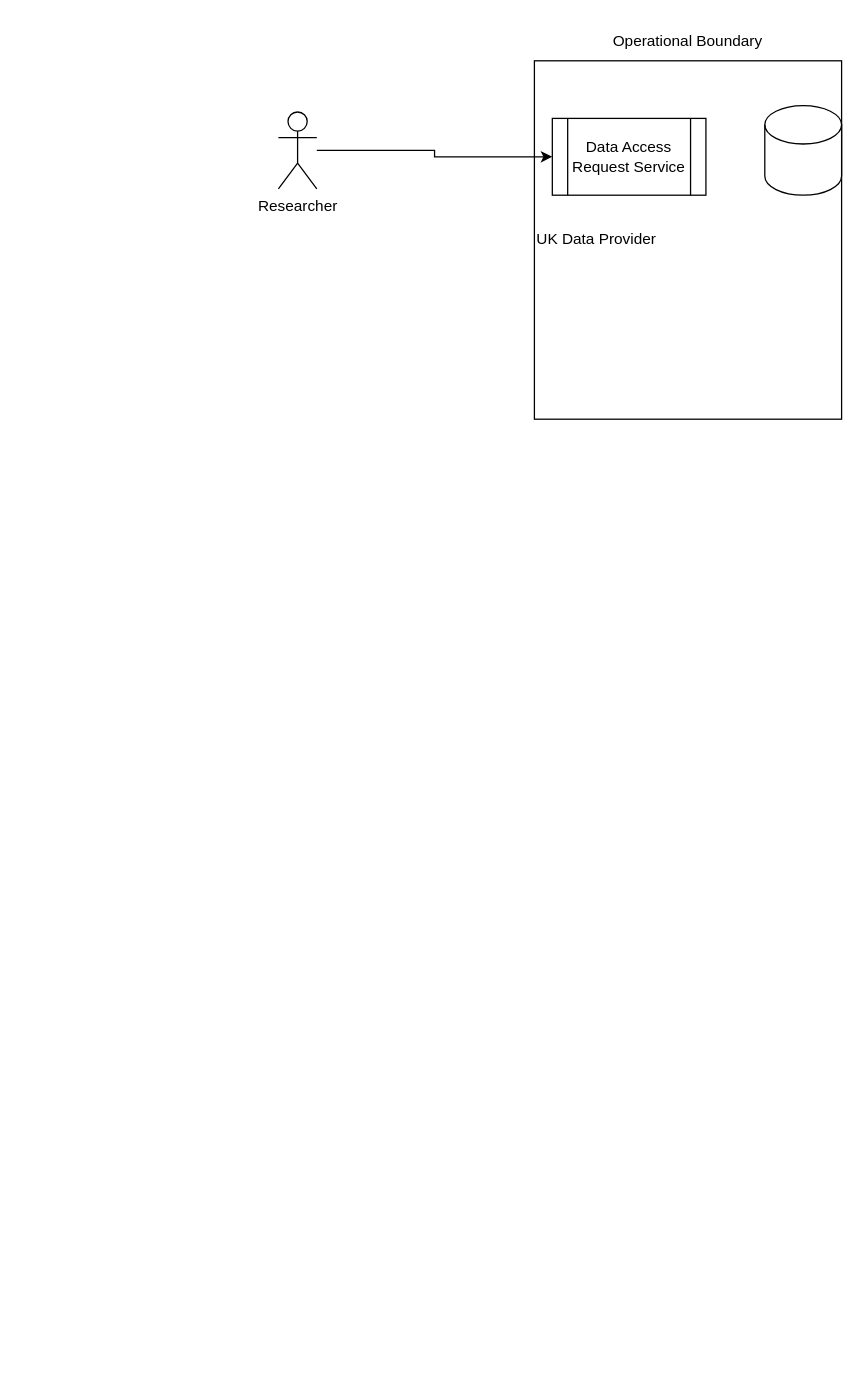
Above: diagrams/FedLearning.drawio in charlesgibbons/fedlearning (draw.io), before the change. Source tidied: cells renumbered, new cells numbered last; positions are measured from the earlier drawing's top-left corner, leaving out a move shared by most shapes. Both pictures are drawn from the tidied source at 128%, with x=0, y=0 at pixel (278, 22).
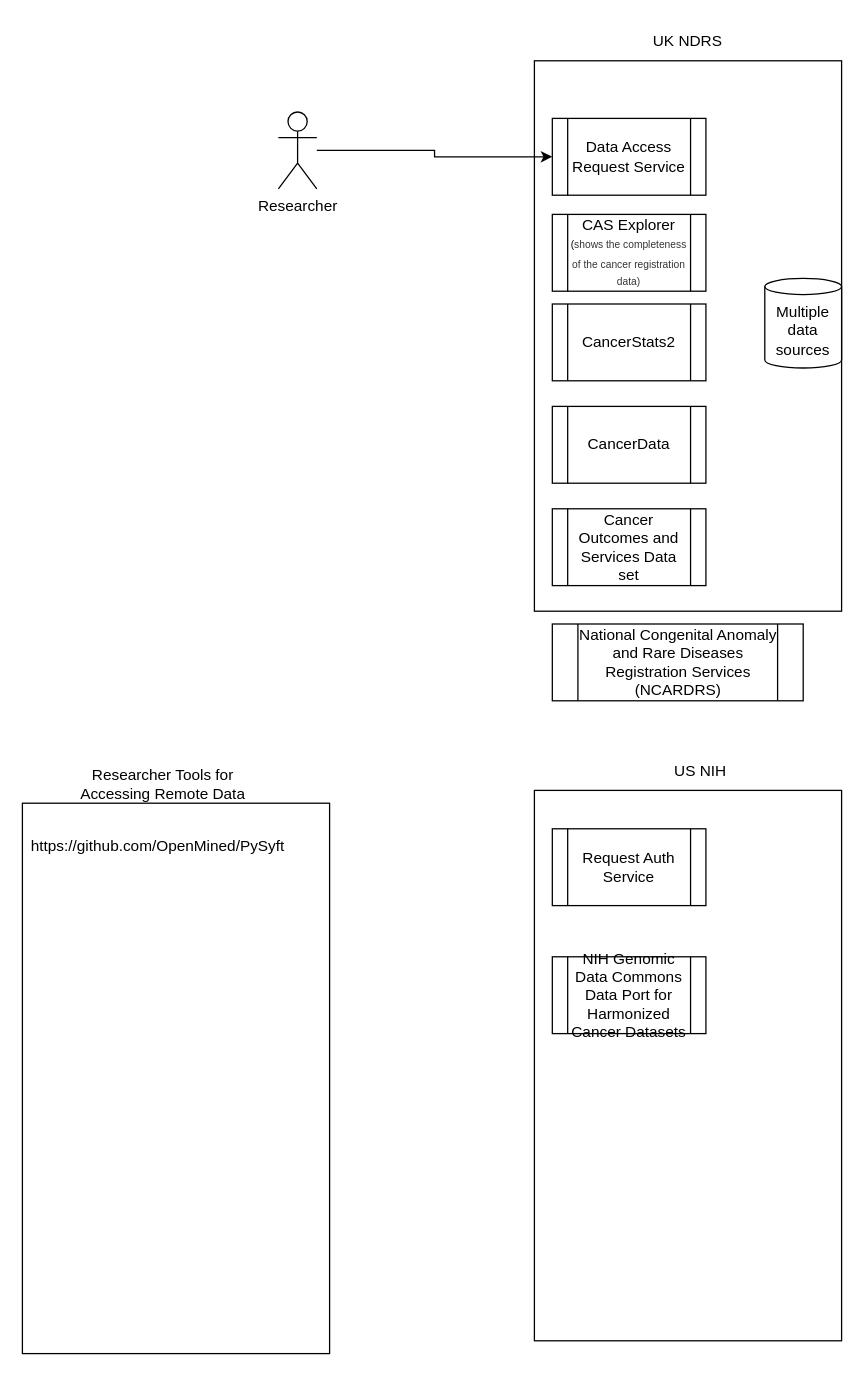
Above is the later version.

Change to the diagram source:
```diff
@@
 <mxGraphModel>
   <root>
     <mxCell id="0" />
     <mxCell id="1" parent="0" />
-    <mxCell id="2" value="UK Data Provider" style="rounded=0;whiteSpace=wrap;html=1;align=left;" parent="1" vertex="1">
-      <mxGeometry x="200" y="30" width="240" height="280" as="geometry" />
+    <mxCell id="2" style="rounded=0;whiteSpace=wrap;html=1;align=left;" parent="1" vertex="1">
+      <mxGeometry x="200" y="30" width="240" height="430" as="geometry" />
     </mxCell>
-    <mxCell id="3" value="Operational Boundary" style="text;html=1;align=center;verticalAlign=middle;whiteSpace=wrap;rounded=0;" parent="1" vertex="1">
+    <mxCell id="3" value="UK NDRS" style="text;html=1;align=center;verticalAlign=middle;whiteSpace=wrap;rounded=0;" parent="1" vertex="1">
       <mxGeometry x="250" width="140" height="30" as="geometry" />
     </mxCell>
-    <mxCell id="4" style="shape=cylinder3;whiteSpace=wrap;html=1;boundedLbl=1;backgroundOutline=1;size=15;" parent="1" vertex="1">
-      <mxGeometry x="380" y="65" width="60" height="70" as="geometry" />
+    <mxCell id="4" value="Multiple data sources" style="shape=cylinder3;whiteSpace=wrap;html=1;boundedLbl=1;backgroundOutline=1;size=6.3333740234375;" parent="1" vertex="1">
+      <mxGeometry x="380" y="200" width="60" height="70" as="geometry" />
     </mxCell>
     <mxCell id="5" style="edgeStyle=orthogonalEdgeStyle;rounded=0;jettySize=auto;html=1;entryX=0;entryY=0.5;entryDx=0;entryDy=0;" parent="1" edge="1" source="6" target="7">
       <mxGeometry relative="1" as="geometry" />
     </mxCell>
     <mxCell id="6" value="Researcher&lt;div&gt;&lt;br&gt;&lt;/div&gt;" style="shape=umlActor;verticalLabelPosition=bottom;verticalAlign=top;html=1;outlineConnect=0;" parent="1" vertex="1">
       <mxGeometry y="70" width="30" height="60" as="geometry" />
     </mxCell>
     <mxCell id="7" value="Data Access Request Service" style="shape=process;whiteSpace=wrap;html=1;backgroundOutline=1;" parent="1" vertex="1">
       <mxGeometry x="214" y="75" width="120" height="60" as="geometry" />
     </mxCell>
+    <mxCell id="8" value="CancerStats2" style="shape=process;whiteSpace=wrap;html=1;backgroundOutline=1;" parent="1" vertex="1">
+      <mxGeometry x="214" y="220" width="120" height="60" as="geometry" />
+    </mxCell>
+    <mxCell id="9" value="CancerData" style="shape=process;whiteSpace=wrap;html=1;backgroundOutline=1;" parent="1" vertex="1">
+      <mxGeometry x="214" y="300" width="120" height="60" as="geometry" />
+    </mxCell>
+    <mxCell id="10" value="Cancer Outcomes and Services Data set" style="shape=process;whiteSpace=wrap;html=1;backgroundOutline=1;" parent="1" vertex="1">
+      <mxGeometry x="214" y="380" width="120" height="60" as="geometry" />
+    </mxCell>
+    <mxCell id="11" value="CAS Explorer &lt;font style=&quot;font-size: 8px;&quot;&gt;(&lt;span style=&quot;color: rgb(53, 53, 53); font-family: Arial, Helvetica, sans-serif; text-align: start; background-color: rgb(255, 255, 255);&quot;&gt;s&lt;/span&gt;&lt;span style=&quot;color: rgb(53, 53, 53); font-family: Arial, Helvetica, sans-serif; text-align: start; background-color: rgb(255, 255, 255);&quot;&gt;&lt;font style=&quot;font-size: 8px;&quot;&gt;hows the completeness of the cancer registration data)&lt;/font&gt;&lt;/span&gt;&lt;/font&gt;" style="shape=process;whiteSpace=wrap;html=1;backgroundOutline=1;" parent="1" vertex="1">
+      <mxGeometry x="214" y="150" width="120" height="60" as="geometry" />
+    </mxCell>
+    <mxCell id="12" value="National Congenital Anomaly and Rare Diseases Registration Services (NCARDRS)" style="shape=process;whiteSpace=wrap;html=1;backgroundOutline=1;" parent="1" vertex="1">
+      <mxGeometry x="214" y="470" width="196" height="60" as="geometry" />
+    </mxCell>
+    <mxCell id="13" style="rounded=0;whiteSpace=wrap;html=1;align=left;" parent="1" vertex="1">
+      <mxGeometry x="200" y="600" width="240" height="430" as="geometry" />
+    </mxCell>
+    <mxCell id="14" value="Request Auth Service" style="shape=process;whiteSpace=wrap;html=1;backgroundOutline=1;" parent="1" vertex="1">
+      <mxGeometry x="214" y="630" width="120" height="60" as="geometry" />
+    </mxCell>
+    <mxCell id="15" value="US NIH" style="text;html=1;align=center;verticalAlign=middle;whiteSpace=wrap;rounded=0;" parent="1" vertex="1">
+      <mxGeometry x="260" y="570" width="140" height="30" as="geometry" />
+    </mxCell>
+    <mxCell id="16" value="NIH Genomic Data Commons Data Port for Harmonized Cancer Datasets" style="shape=process;whiteSpace=wrap;html=1;backgroundOutline=1;" parent="1" vertex="1">
+      <mxGeometry x="214" y="730" width="120" height="60" as="geometry" />
+    </mxCell>
+    <mxCell id="17" style="rounded=0;whiteSpace=wrap;html=1;align=left;" parent="1" vertex="1">
+      <mxGeometry x="-200" y="610" width="240" height="430" as="geometry" />
+    </mxCell>
+    <mxCell id="18" value="Researcher Tools for Accessing Remote Data" style="text;html=1;align=center;verticalAlign=middle;whiteSpace=wrap;rounded=0;" parent="1" vertex="1">
+      <mxGeometry x="-160" y="580" width="140" height="30" as="geometry" />
+    </mxCell>
+    <mxCell id="19" value="https://github.com/OpenMined/PySyft" style="text;whiteSpace=wrap;" parent="1" vertex="1">
+      <mxGeometry x="-195" y="630" width="230" height="40" as="geometry" />
+    </mxCell>
   </root>
 </mxGraphModel>
```
